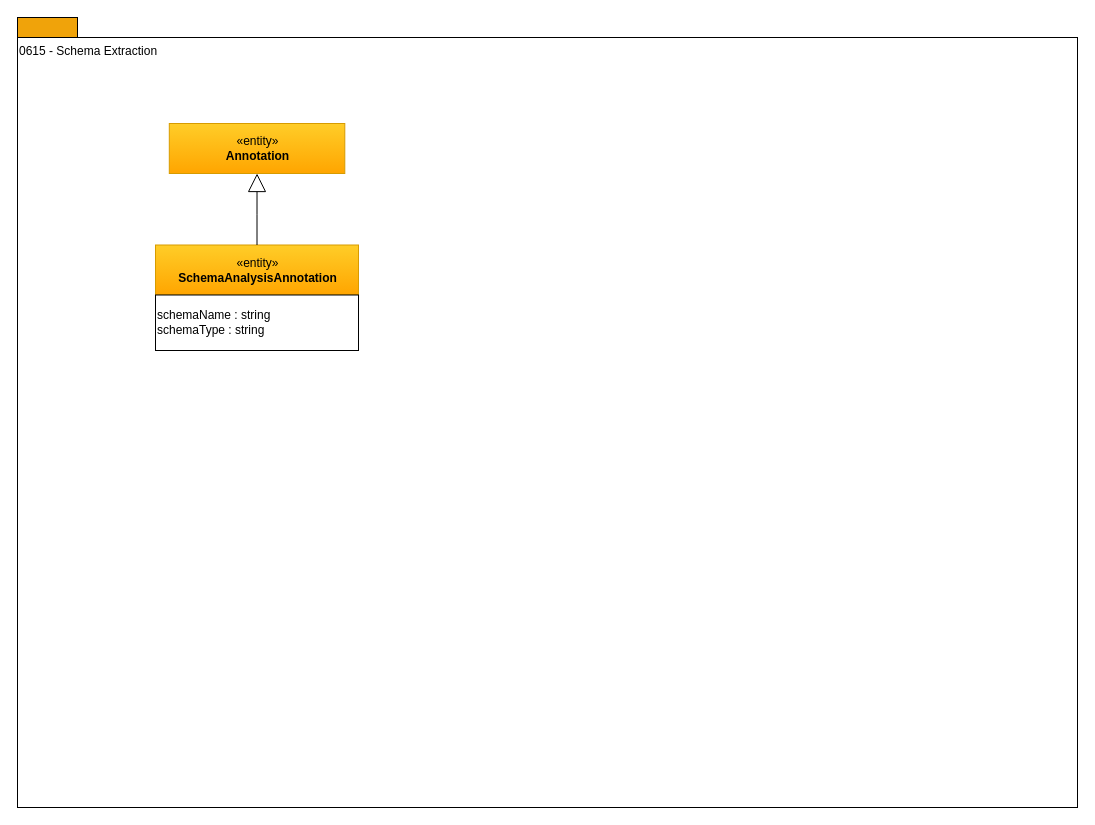
Above: page "0615-Schema-Extraction" (5 of 14) of site/docs/types/6/area-6-discovery.drawio in odpi/egeria-docs (draw.io), before the change. Source tidied: cells renumbered, new cells numbered last; positions are measured from the earlier drawing's top-left corner, leaving out a move shared by most shapes. Both pictures are drawn from the tidied source at 100%, with x=0, y=0 at pixel (17, 17).
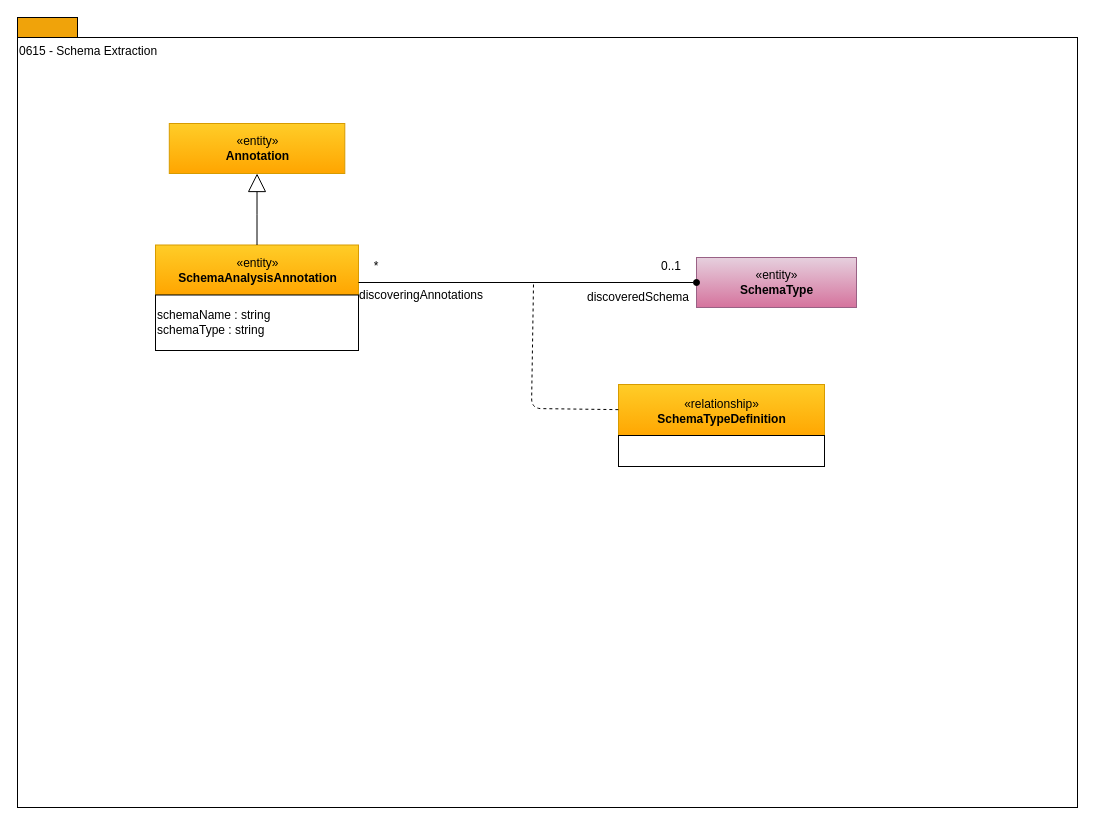
The same diagram, later.

What changed in the source:
```diff
@@
 <mxGraphModel>
   <root>
     <mxCell id="0" />
     <mxCell id="1" parent="0" />
     <mxCell id="2" style="rounded=0;whiteSpace=wrap;html=1;align=left;fillColor=#f0a30a;strokeColor=#000000;fontColor=#ffffff;" parent="1" vertex="1">
       <mxGeometry width="60" height="20" as="geometry" />
     </mxCell>
     <mxCell id="3" value="0615 - Schema Extraction" style="rounded=0;whiteSpace=wrap;html=1;align=left;verticalAlign=top;" parent="1" vertex="1">
       <mxGeometry y="20" width="1060" height="770" as="geometry" />
     </mxCell>
     <mxCell id="4" value="«entity»&lt;br&gt;&lt;b&gt;SchemaAnalysisAnnotation&lt;/b&gt;" style="html=1;strokeColor=#d79b00;align=center;fillColor=#ffcd28;gradientColor=#ffa500;" parent="1" vertex="1">
       <mxGeometry x="138" y="227.5" width="203" height="50" as="geometry" />
     </mxCell>
     <mxCell id="5" value="schemaName : string&lt;br&gt;schemaType : string&lt;br&gt;" style="rounded=0;whiteSpace=wrap;html=1;strokeColor=#000000;gradientColor=#ffffff;align=left;" parent="1" vertex="1">
       <mxGeometry x="138" y="277.5" width="203" height="55.5" as="geometry" />
     </mxCell>
     <mxCell id="6" value="«entity»&lt;br&gt;&lt;b&gt;Annotation&lt;/b&gt;" style="html=1;strokeColor=#d79b00;align=center;fillColor=#ffcd28;gradientColor=#ffa500;" parent="1" vertex="1">
       <mxGeometry x="151.8" y="106" width="175.5" height="50" as="geometry" />
     </mxCell>
     <mxCell id="7" style="edgeStyle=orthogonalEdgeStyle;rounded=0;jettySize=auto;html=1;endArrow=block;endFill=0;endSize=16;entryX=0.5;entryY=1;entryDx=0;entryDy=0;exitX=0.5;exitY=0;exitDx=0;exitDy=0;" parent="1" edge="1" source="4" target="6">
       <mxGeometry relative="1" as="geometry" />
     </mxCell>
+    <mxCell id="8" value="«entity»&lt;br&gt;&lt;b&gt;SchemaType&lt;/b&gt;" style="html=1;strokeColor=#996185;align=center;fillColor=#e6d0de;gradientColor=#d5739d;" parent="1" vertex="1">
+      <mxGeometry x="679" y="240" width="160" height="50" as="geometry" />
+    </mxCell>
+    <mxCell id="9" value="discoveringAnnotations" style="text;html=1;strokeColor=none;fillColor=none;align=center;verticalAlign=middle;whiteSpace=wrap;rounded=0;" parent="1" vertex="1">
+      <mxGeometry x="341" y="268" width="126" height="20" as="geometry" />
+    </mxCell>
+    <mxCell id="10" value="*" style="text;html=1;strokeColor=none;fillColor=none;align=center;verticalAlign=middle;whiteSpace=wrap;rounded=0;" parent="1" vertex="1">
+      <mxGeometry x="346" y="240" width="26" height="18" as="geometry" />
+    </mxCell>
+    <mxCell id="11" value="0..1" style="text;html=1;strokeColor=none;fillColor=none;align=center;verticalAlign=middle;whiteSpace=wrap;rounded=0;" parent="1" vertex="1">
+      <mxGeometry x="634" y="239" width="40" height="20" as="geometry" />
+    </mxCell>
+    <mxCell id="12" value="«relationship»&lt;br&gt;&lt;b&gt;SchemaTypeDefinition&lt;/b&gt;" style="html=1;strokeColor=#d79b00;align=center;fillColor=#ffcd28;gradientColor=#ffa500;" parent="1" vertex="1">
+      <mxGeometry x="601" y="367" width="206" height="53" as="geometry" />
+    </mxCell>
+    <mxCell id="13" style="endArrow=none;dashed=1;html=1;" parent="1" edge="1" target="12">
+      <mxGeometry relative="1" as="geometry">
+        <mxPoint x="516" y="267" as="sourcePoint" />
+        <Array as="points">
+          <mxPoint x="514" y="391" />
+        </Array>
+      </mxGeometry>
+    </mxCell>
+    <mxCell id="14" style="rounded=0;whiteSpace=wrap;html=1;align=left;" parent="1" vertex="1">
+      <mxGeometry x="601" y="418" width="206" height="31" as="geometry" />
+    </mxCell>
+    <mxCell id="15" value="discoveredSchema" style="text;html=1;strokeColor=none;fillColor=none;align=center;verticalAlign=middle;whiteSpace=wrap;rounded=0;" parent="1" vertex="1">
+      <mxGeometry x="573" y="270" width="95.8" height="20" as="geometry" />
+    </mxCell>
+    <mxCell id="16" style="edgeStyle=orthogonalEdgeStyle;rounded=0;html=1;entryX=1;entryY=0.75;endArrow=none;endFill=0;jettySize=auto;entryDx=0;entryDy=0;startArrow=oval;startFill=1;" parent="1" edge="1" source="8" target="4">
+      <mxGeometry relative="1" as="geometry" />
+    </mxCell>
   </root>
 </mxGraphModel>
```
